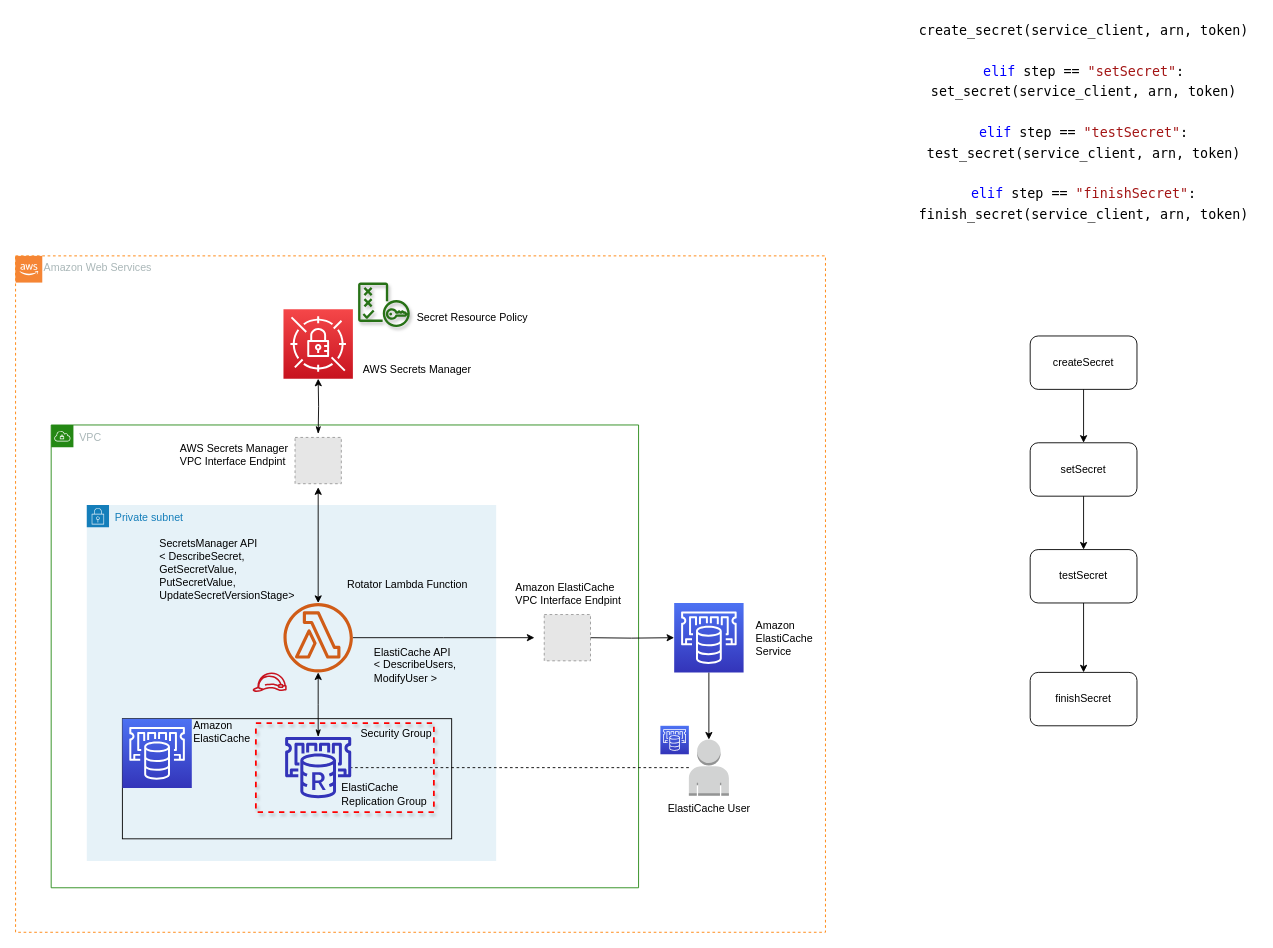
Before: page "Rotator Steps" (5 of 6) of docs/drawio/raw.drawio in its-mirus-lu/aws-cdk-elasticache-redis-iam-rbac, a draw.io diagram. Source tidied: cells renumbered, new cells numbered last; positions are measured from the earlier drawing's top-left corner, leaving out a move shared by most shapes. Both pictures are drawn from the tidied source at 89%, with x=0, y=0 at pixel (15, 15). Pictures stored in the file or linked from it are replaced by grey dashed boxes.
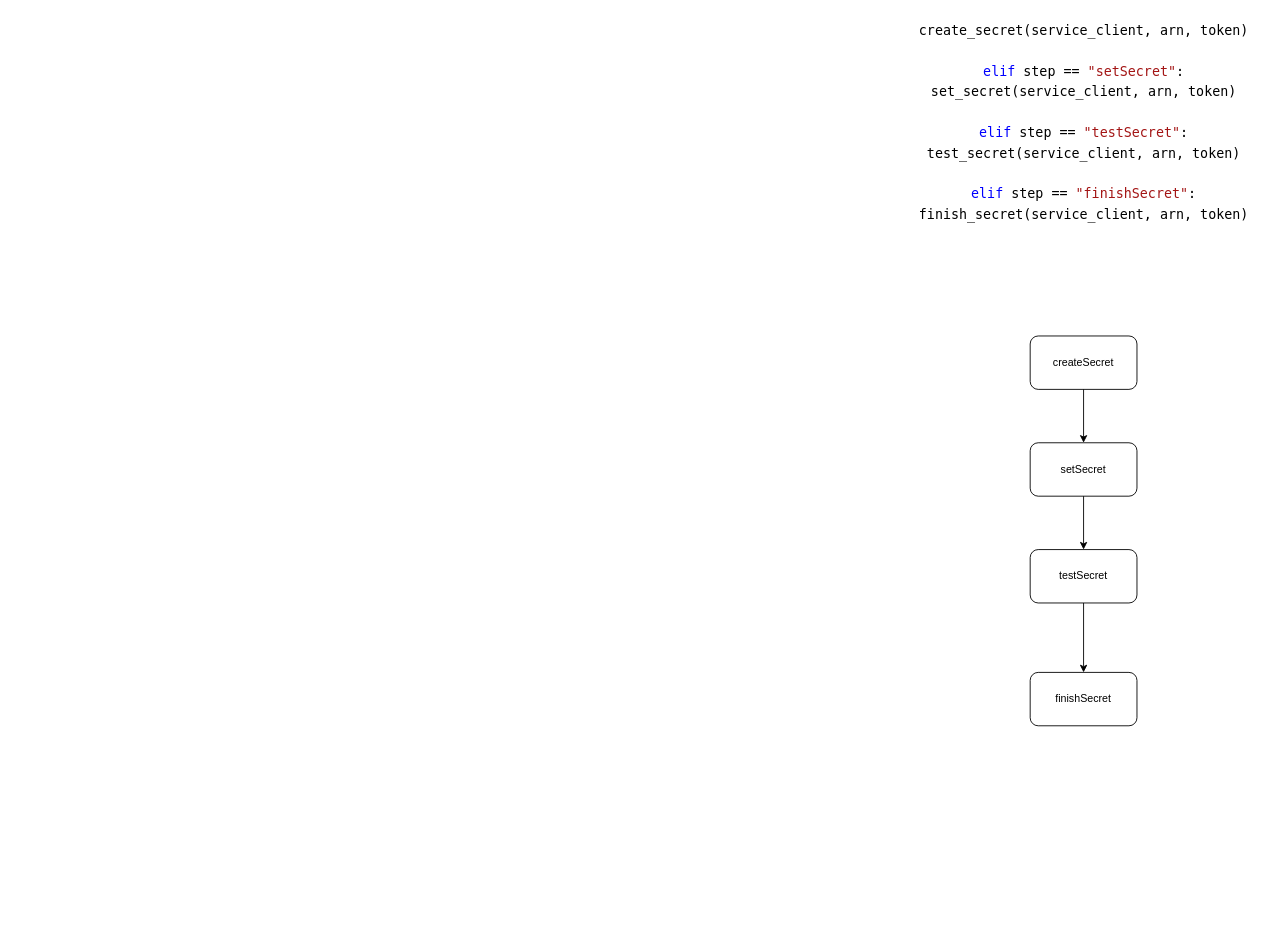
After the change.

Commit message (it also covers changes not shown here):
Updated diagrams to depict users and secrets more explicitly; updated class diagram with proper type for boolean value

Diff of the diagram source:
```diff
@@
-    <mxCell id="2" value="Amazon Web Services" style="gradientColor=none;html=1;whiteSpace=wrap;fontSize=12;fontStyle=0;shape=mxgraph.aws4.group;grIcon=mxgraph.aws4.group_vpc;strokeColor=#FF8000;verticalAlign=top;align=left;spacingLeft=30;fontColor=#AAB7B8;dashed=1;fillColor=none;" parent="1" vertex="1">
-      <mxGeometry y="270" width="910" height="760" as="geometry" />
-    </mxCell>
-    <mxCell id="3" value="VPC" style="gradientColor=none;html=1;whiteSpace=wrap;fontSize=12;fontStyle=0;shape=mxgraph.aws4.group;grIcon=mxgraph.aws4.group_vpc;strokeColor=#248814;verticalAlign=top;align=left;spacingLeft=30;fontColor=#AAB7B8;dashed=0;fillColor=none;" parent="1" vertex="1">
-      <mxGeometry x="40" y="460" width="660" height="520" as="geometry" />
-    </mxCell>
-    <mxCell id="4" value="Private subnet" style="gradientColor=none;html=1;whiteSpace=wrap;fontSize=12;fontStyle=0;shape=mxgraph.aws4.group;grIcon=mxgraph.aws4.group_security_group;grStroke=0;strokeColor=#147EBA;fillColor=#E6F2F8;verticalAlign=top;align=left;spacingLeft=30;fontColor=#147EBA;dashed=0;" parent="1" vertex="1">
-      <mxGeometry x="80" y="550" width="460" height="400" as="geometry" />
-    </mxCell>
-    <mxCell id="5" style="rounded=0;whiteSpace=wrap;html=1;strokeColor=#000000;fillColor=none;" parent="1" vertex="1">
-      <mxGeometry x="120" y="790" width="370" height="135" as="geometry" />
-    </mxCell>
-    <mxCell id="6" style="outlineConnect=0;fontColor=#232F3E;gradientColor=#F54749;gradientDirection=north;fillColor=#C7131F;strokeColor=#ffffff;dashed=0;verticalLabelPosition=bottom;verticalAlign=top;align=center;html=1;fontSize=12;fontStyle=0;shape=mxgraph.aws4.resourceIcon;resIcon=mxgraph.aws4.secrets_manager;" parent="1" vertex="1">
-      <mxGeometry x="301" y="330" width="78" height="78" as="geometry" />
-    </mxCell>
-    <mxCell id="7" style="fontColor=#232F3E;gradientColor=#4D72F3;gradientDirection=north;fillColor=#3334B9;strokeColor=#ffffff;dashed=0;verticalLabelPosition=bottom;verticalAlign=top;align=center;html=1;fontSize=12;fontStyle=0;shape=mxgraph.aws4.resourceIcon;resIcon=mxgraph.aws4.elasticache;" parent="1" vertex="1">
-      <mxGeometry x="120" y="790" width="78" height="78" as="geometry" />
-    </mxCell>
-    <mxCell id="8" value="Amazon &lt;br&gt;ElastiCache" style="text;html=1;align=left;verticalAlign=middle;" parent="1" vertex="1">
-      <mxGeometry x="198" y="790" width="80" height="30" as="geometry" />
-    </mxCell>
-    <mxCell id="9" style="group;" parent="1" vertex="1">
-      <mxGeometry x="266" y="660" width="113" height="100" as="geometry" />
-    </mxCell>
-    <mxCell id="10" style="fontColor=#232F3E;gradientColor=none;fillColor=#C7131F;strokeColor=none;dashed=0;verticalLabelPosition=bottom;verticalAlign=top;align=center;html=1;fontSize=12;fontStyle=0;shape=mxgraph.aws4.role;" parent="9" vertex="1">
-      <mxGeometry y="78" width="39" height="22" as="geometry" />
-    </mxCell>
-    <mxCell id="11" style="fontColor=#232F3E;gradientColor=none;fillColor=#277116;strokeColor=none;dashed=0;verticalLabelPosition=bottom;verticalAlign=top;align=center;html=1;fontSize=12;fontStyle=0;shape=mxgraph.aws4.policy;shadow=1;labelBackgroundColor=none;" parent="1" vertex="1">
-      <mxGeometry x="384.8" y="300" width="58.2" height="50" as="geometry" />
-    </mxCell>
-    <mxCell id="12" value="Security Group" style="fontStyle=0;verticalAlign=top;align=right;spacingTop=-2;fillColor=none;rounded=0;whiteSpace=wrap;html=1;strokeColor=#FF0000;strokeWidth=2;dashed=1;shadow=1;labelBackgroundColor=none;" parent="1" vertex="1">
-      <mxGeometry x="270" y="795" width="200" height="100" as="geometry" />
-    </mxCell>
-    <mxCell id="13" style="outlineConnect=0;fontColor=#232F3E;gradientColor=none;fillColor=#3334B9;strokeColor=none;dashed=0;verticalLabelPosition=bottom;verticalAlign=top;align=center;html=1;fontSize=12;fontStyle=0;shape=mxgraph.aws4.elasticache_for_redis;" parent="12" vertex="1">
-      <mxGeometry x="31" y="15.5" width="78" height="69" as="geometry" />
-    </mxCell>
-    <mxCell id="14" value="&lt;div style=&quot;text-align: left;&quot;&gt;&lt;span style=&quot;background-color: initial;&quot;&gt;ElastiCache&lt;/span&gt;&lt;/div&gt;&lt;div style=&quot;text-align: left;&quot;&gt;&lt;span style=&quot;background-color: initial;&quot;&gt;Replication Group&lt;/span&gt;&lt;/div&gt;" style="text;html=1;align=center;verticalAlign=middle;strokeColor=none;fillColor=none;" parent="12" vertex="1">
-      <mxGeometry x="83.9" y="60" width="120" height="40" as="geometry" />
-    </mxCell>
-    <mxCell id="15" style="edgeStyle=orthogonalEdgeStyle;rounded=0;jettySize=auto;html=1;" parent="1" edge="1" source="16">
-      <mxGeometry relative="1" as="geometry">
-        <mxPoint x="583" y="699" as="targetPoint" />
-      </mxGeometry>
-    </mxCell>
-    <mxCell id="16" style="outlineConnect=0;fontColor=#232F3E;gradientColor=none;fillColor=#D05C17;strokeColor=none;dashed=0;verticalLabelPosition=bottom;verticalAlign=top;align=center;html=1;fontSize=12;fontStyle=0;shape=mxgraph.aws4.lambda_function;" parent="1" vertex="1">
-      <mxGeometry x="301" y="660" width="78" height="78" as="geometry" />
-    </mxCell>
-    <mxCell id="17" value="AWS Secrets Manager" style="text;html=1;align=center;verticalAlign=middle;" parent="1" vertex="1">
-      <mxGeometry x="381" y="388" width="140" height="20" as="geometry" />
-    </mxCell>
-    <mxCell id="18" value="Secret Resource Policy" style="text;html=1;align=center;verticalAlign=middle;" parent="1" vertex="1">
-      <mxGeometry x="443" y="330" width="140" height="20" as="geometry" />
-    </mxCell>
-    <mxCell id="19" style="edgeStyle=orthogonalEdgeStyle;rounded=0;jettySize=auto;html=1;startArrow=classicThin;startFill=1;" parent="1" edge="1" target="6">
-      <mxGeometry relative="1" as="geometry">
-        <mxPoint x="340" y="470" as="sourcePoint" />
-      </mxGeometry>
-    </mxCell>
-    <mxCell id="20" style="endArrow=classic;startArrow=classic;html=1;" parent="1" edge="1" source="16">
-      <mxGeometry relative="1" as="geometry">
-        <mxPoint x="340" y="530" as="targetPoint" />
-      </mxGeometry>
-    </mxCell>
-    <mxCell id="21" value="AWS Secrets Manager&lt;br&gt;VPC Interface Endpint" style="text;html=1;align=left;verticalAlign=middle;" parent="1" vertex="1">
-      <mxGeometry x="183" y="474" width="150" height="40" as="geometry" />
-    </mxCell>
-    <mxCell id="22" value="Rotator Lambda Function" style="text;html=1;align=center;verticalAlign=middle;" parent="1" vertex="1">
-      <mxGeometry x="365" y="630" width="150" height="20" as="geometry" />
-    </mxCell>
-    <mxCell id="23" style="edgeStyle=orthogonalEdgeStyle;rounded=0;jettySize=auto;html=1;startArrow=classicThin;startFill=1;" parent="1" edge="1" source="13" target="16">
-      <mxGeometry relative="1" as="geometry" />
-    </mxCell>
-    <mxCell id="24" value="ElastiCache API&lt;br&gt;&amp;lt; DescribeUsers,&lt;br&gt;ModifyUser &amp;gt;" style="text;html=1;align=left;verticalAlign=middle;" parent="1" vertex="1">
-      <mxGeometry x="401" y="700" width="120" height="60" as="geometry" />
-    </mxCell>
@@
-    <mxCell id="33" value="Amazon ElastiCache&lt;br&gt;VPC Interface Endpint" style="text;html=1;align=left;verticalAlign=middle;" parent="1" vertex="1">
-      <mxGeometry x="560" y="630" width="140" height="40" as="geometry" />
-    </mxCell>
-    <mxCell id="34" style="edgeStyle=orthogonalEdgeStyle;rounded=0;jettySize=auto;html=1;" parent="1" edge="1" source="35" target="41">
-      <mxGeometry relative="1" as="geometry" />
-    </mxCell>
-    <mxCell id="35" style="outlineConnect=0;fontColor=#232F3E;gradientColor=#4D72F3;gradientDirection=north;fillColor=#3334B9;strokeColor=#ffffff;dashed=0;verticalLabelPosition=bottom;verticalAlign=top;align=center;html=1;fontSize=12;fontStyle=0;shape=mxgraph.aws4.resourceIcon;resIcon=mxgraph.aws4.elasticache;" parent="1" vertex="1">
-      <mxGeometry x="740" y="660" width="78" height="78" as="geometry" />
-    </mxCell>
-    <mxCell id="36" value="Amazon &lt;br&gt;ElastiCache&lt;br&gt;Service" style="text;html=1;align=left;verticalAlign=middle;" parent="1" vertex="1">
-      <mxGeometry x="830" y="670" width="90" height="60" as="geometry" />
-    </mxCell>
-    <mxCell id="37" style="dashed=0;verticalLabelPosition=bottom;verticalAlign=top;align=center;html=1;shape=mxgraph.aws3.cloud_2;fillColor=#F58534;gradientColor=none;" parent="1" vertex="1">
-      <mxGeometry y="270" width="30" height="30" as="geometry" />
-    </mxCell>
-    <mxCell id="38" style="edgeStyle=orthogonalEdgeStyle;rounded=0;jettySize=auto;html=1;" parent="1" edge="1" target="35">
-      <mxGeometry relative="1" as="geometry">
-        <mxPoint x="643" y="699" as="sourcePoint" />
-      </mxGeometry>
-    </mxCell>
-    <mxCell id="39" style="fontColor=#232F3E;gradientColor=#4D72F3;gradientDirection=north;fillColor=#3334B9;strokeColor=#ffffff;dashed=0;verticalLabelPosition=bottom;verticalAlign=top;align=center;html=1;fontSize=12;fontStyle=0;shape=mxgraph.aws4.resourceIcon;resIcon=mxgraph.aws4.elasticache;" parent="1" vertex="1">
-      <mxGeometry x="724.5" y="798" width="32" height="32" as="geometry" />
-    </mxCell>
-    <mxCell id="40" style="edgeStyle=orthogonalEdgeStyle;rounded=0;jettySize=auto;html=1;endArrow=none;endFill=0;dashed=1;" parent="1" edge="1" source="41" target="13">
-      <mxGeometry relative="1" as="geometry" />
-    </mxCell>
-    <mxCell id="41" value="ElastiCache User" style="outlineConnect=0;dashed=0;verticalLabelPosition=bottom;verticalAlign=top;align=center;html=1;shape=mxgraph.aws3.user;fillColor=#D2D3D3;gradientColor=none;" parent="1" vertex="1">
-      <mxGeometry x="756.5" y="813.5" width="45" height="63" as="geometry" />
-    </mxCell>
-    <mxCell id="42" value="&lt;span style=&quot;color: rgb(0, 0, 0); font-family: Helvetica; font-size: 12px; font-style: normal; font-variant-ligatures: normal; font-variant-caps: normal; font-weight: 400; letter-spacing: normal; orphans: 2; text-align: center; text-indent: 0px; text-transform: none; widows: 2; word-spacing: 0px; -webkit-text-stroke-width: 0px; text-decoration-thickness: initial; text-decoration-style: initial; text-decoration-color: initial; float: none; display: inline !important;&quot;&gt;SecretsManager API&lt;/span&gt;&lt;br style=&quot;color: rgb(0, 0, 0); font-family: Helvetica; font-size: 12px; font-style: normal; font-variant-ligatures: normal; font-variant-caps: normal; font-weight: 400; letter-spacing: normal; orphans: 2; text-align: center; text-indent: 0px; text-transform: none; widows: 2; word-spacing: 0px; -webkit-text-stroke-width: 0px; text-decoration-thickness: initial; text-decoration-style: initial; text-decoration-color: initial;&quot;&gt;&lt;span style=&quot;color: rgb(0, 0, 0); font-family: Helvetica; font-size: 12px; font-style: normal; font-variant-ligatures: normal; font-variant-caps: normal; font-weight: 400; letter-spacing: normal; orphans: 2; text-align: center; text-indent: 0px; text-transform: none; widows: 2; word-spacing: 0px; -webkit-text-stroke-width: 0px; text-decoration-thickness: initial; text-decoration-style: initial; text-decoration-color: initial; float: none; display: inline !important;&quot;&gt;&amp;lt; DescribeSecret,&lt;br&gt;&lt;/span&gt;GetSecretValue,&lt;br&gt;PutSecretValue,&lt;br&gt;UpdateSecretVersionStage&lt;span style=&quot;color: rgb(0, 0, 0); font-family: Helvetica; font-size: 12px; font-style: normal; font-variant-ligatures: normal; font-variant-caps: normal; font-weight: 400; letter-spacing: normal; orphans: 2; text-align: center; text-indent: 0px; text-transform: none; widows: 2; word-spacing: 0px; -webkit-text-stroke-width: 0px; text-decoration-thickness: initial; text-decoration-style: initial; text-decoration-color: initial; float: none; display: inline !important;&quot;&gt;&amp;gt;&lt;/span&gt;" style="text;whiteSpace=wrap;html=1;" parent="1" vertex="1">
-      <mxGeometry x="160" y="580" width="130" height="70" as="geometry" />
-    </mxCell>
-    <mxCell id="43" style="fillColor=#E6E6E6;strokeColor=#999999;dashed=1;verticalLabelPosition=bottom;labelBackgroundColor=default;verticalAlign=top;" parent="1" vertex="1">
-      <mxGeometry x="314" y="474" width="52" height="52" as="geometry" />
-    </mxCell>
-    <mxCell id="44" style="fillColor=#E6E6E6;strokeColor=#999999;dashed=1;verticalLabelPosition=bottom;labelBackgroundColor=default;verticalAlign=top;" parent="1" vertex="1">
-      <mxGeometry x="594" y="673" width="52" height="52" as="geometry" />
-    </mxCell>
```
